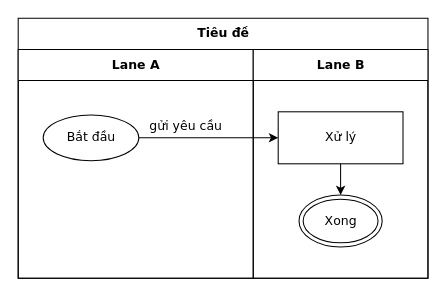
Before: conformance/golden/cases/xlsx-06-hidden-and-merged.drawio in luytbq/flowcast, a draw.io diagram. Source tidied: cells renumbered, new cells numbered last; positions are measured from the earlier drawing's top-left corner, leaving out a move shared by most shapes. Both pictures are drawn from the tidied source at 104%, with x=0, y=0 at pixel (18, 18).
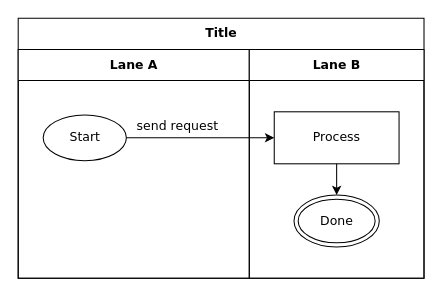
After the change.

The edit, as a diff of the source:
```diff
@@
 <mxGraphModel>
   <root>
     <mxCell id="0" />
     <mxCell id="1" parent="0" />
-    <mxCell id="2" value="Tiêu đề" style="swimlane;html=1;startSize=30;fontStyle=1;fontFamily=Verdana;fontSize=12;flowtable=1;" parent="1" vertex="1">
-      <mxGeometry width="394" height="250" as="geometry" />
+    <mxCell id="2" value="Title" style="swimlane;html=1;startSize=30;fontStyle=1;fontFamily=Verdana;fontSize=12;flowtable=1;" parent="1" vertex="1">
+      <mxGeometry width="390.2" height="250" as="geometry" />
     </mxCell>
     <mxCell id="3" value="Lane A" style="swimlane;html=1;startSize=30;fontFamily=Verdana;fontSize=12;flowtable=1;" parent="2" vertex="1">
-      <mxGeometry y="30" width="226" height="220" as="geometry" />
+      <mxGeometry y="30" width="222.2" height="220" as="geometry" />
     </mxCell>
     <mxCell id="4" value="Lane B" style="swimlane;html=1;startSize=30;fontFamily=Verdana;fontSize=12;flowtable=1;" parent="2" vertex="1">
-      <mxGeometry x="226" y="30" width="168" height="220" as="geometry" />
+      <mxGeometry x="222.2" y="30" width="168" height="220" as="geometry" />
     </mxCell>
-    <mxCell id="5" value="Bắt đầu" style="ellipse;html=1;fontFamily=Verdana;fontSize=12;flowtable=1;" parent="3" vertex="1">
-      <mxGeometry x="24" y="63" width="92" height="44" as="geometry" />
+    <mxCell id="5" value="Start" style="ellipse;html=1;fontFamily=Verdana;fontSize=12;flowtable=1;" parent="3" vertex="1">
+      <mxGeometry x="24" y="63" width="80" height="44" as="geometry" />
     </mxCell>
-    <mxCell id="6" value="Xử lý" style="rounded=0;html=1;fontFamily=Verdana;fontSize=12;flowtable=1;" parent="4" vertex="1">
+    <mxCell id="6" value="Process" style="rounded=0;html=1;fontFamily=Verdana;fontSize=12;flowtable=1;" parent="4" vertex="1">
       <mxGeometry x="24" y="60" width="120" height="50" as="geometry" />
     </mxCell>
-    <mxCell id="7" value="Xong" style="shape=doubleEllipse;html=1;fontFamily=Verdana;fontSize=12;flowtable=1;" parent="4" vertex="1">
-      <mxGeometry x="44" y="140" width="80" height="50" as="geometry" />
+    <mxCell id="7" value="Done" style="shape=doubleEllipse;html=1;fontFamily=Verdana;fontSize=12;flowtable=1;" parent="4" vertex="1">
+      <mxGeometry x="43" y="140" width="82" height="50" as="geometry" />
     </mxCell>
-    <mxCell id="8" value="gửi yêu cầu" style="edgeStyle=orthogonalEdgeStyle;rounded=0;jettySize=auto;html=1;labelBackgroundColor=default;exitX=1;exitY=0.5;exitDx=0;exitDy=0;entryX=0;entryY=0.5;entryDx=0;entryDy=0;fontFamily=Verdana;fontSize=12;flowtable=1;" parent="2" edge="1" source="5" target="6">
-      <mxGeometry x="-0.33" relative="1" as="geometry">
+    <mxCell id="8" value="send request" style="edgeStyle=orthogonalEdgeStyle;rounded=0;jettySize=auto;html=1;labelBackgroundColor=default;exitX=1;exitY=0.5;exitDx=0;exitDy=0;entryX=0;entryY=0.5;entryDx=0;entryDy=0;fontFamily=Verdana;fontSize=12;flowtable=1;" parent="2" edge="1" source="5" target="6">
+      <mxGeometry x="-0.31" relative="1" as="geometry">
         <mxPoint y="-11.5" as="offset" />
       </mxGeometry>
     </mxCell>
     <mxCell id="9" style="edgeStyle=orthogonalEdgeStyle;rounded=0;jettySize=auto;html=1;labelBackgroundColor=default;exitX=0.5;exitY=1;exitDx=0;exitDy=0;entryX=0.5;entryY=0;entryDx=0;entryDy=0;fontFamily=Verdana;fontSize=12;flowtable=1;" parent="2" edge="1" source="6" target="7">
       <mxGeometry relative="1" as="geometry" />
     </mxCell>
   </root>
 </mxGraphModel>
```
